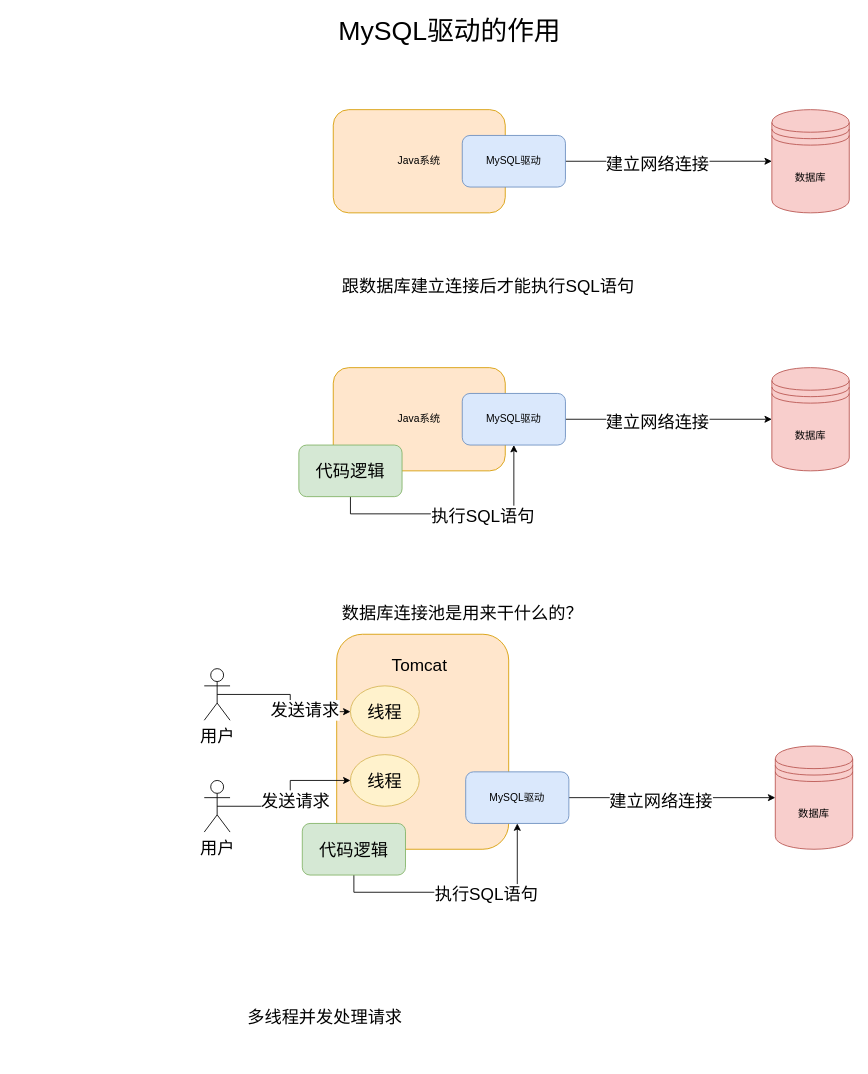
Earlier version of the draw.io diagram Untitled Diagram.drawio (ArjunMav/mysql). Source tidied: cells renumbered, new cells numbered last; positions are measured from the earlier drawing's top-left corner, leaving out a move shared by most shapes. Both pictures are drawn from the tidied source at 86%, with x=0, y=0 at pixel (204, 15).
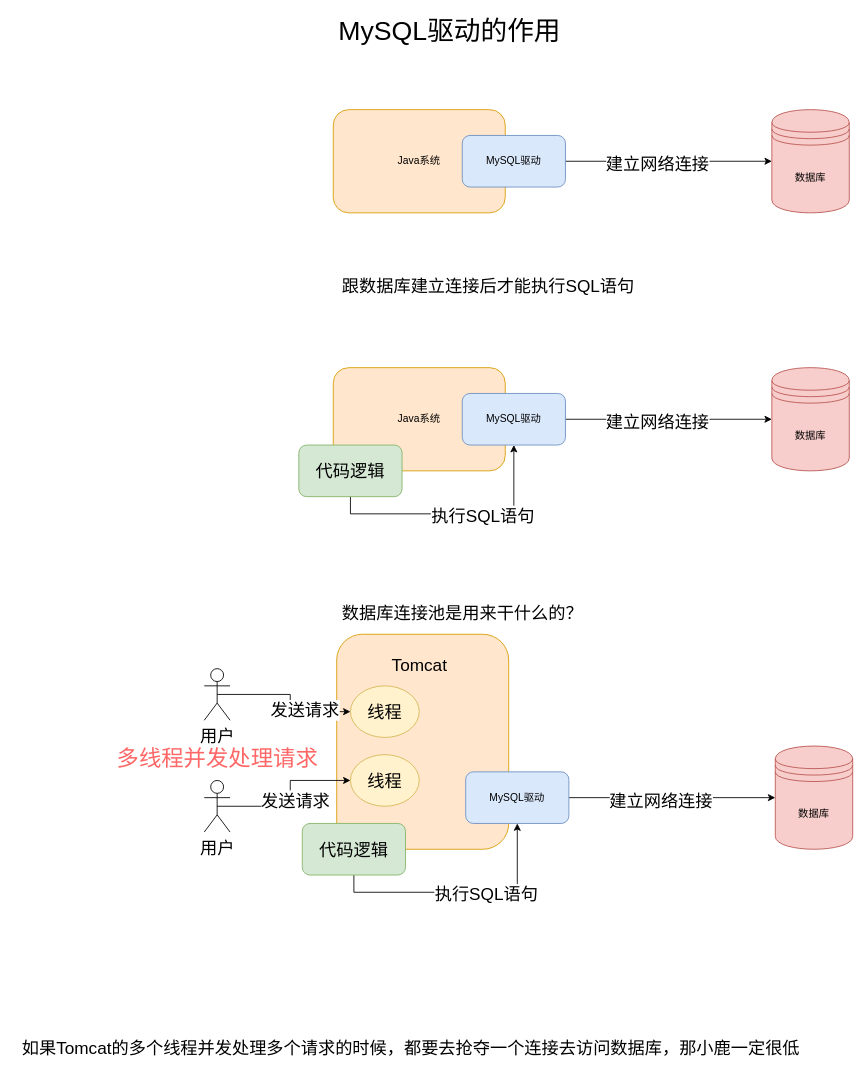
Above is the later version.

Change to the diagram source:
```diff
@@
-    <mxCell id="35" value="多线程并发处理请求" style="text;html=1;align=center;verticalAlign=middle;fillColor=none;strokeColor=none;rounded=0;fontSize=20;fontColor=none;" parent="1" vertex="1">
-      <mxGeometry x="40" y="1150" width="200" height="30" as="geometry" />
+    <mxCell id="35" value="&lt;font color=&quot;#ff6666&quot; style=&quot;font-size: 26px&quot;&gt;多线程并发处理请求&lt;/font&gt;" style="text;html=1;align=center;verticalAlign=middle;fillColor=none;strokeColor=none;rounded=0;fontSize=20;fontColor=none;" parent="1" vertex="1">
+      <mxGeometry x="-110" y="850" width="250" height="30" as="geometry" />
     </mxCell>
+    <mxCell id="36" value="&lt;div&gt;&lt;span&gt;如果Tomcat的多个线程并发处理多个请求的时候，都要去抢夺一个连接去访问数据库，那小鹿一定很低&lt;/span&gt;&lt;/div&gt;" style="text;html=1;align=center;verticalAlign=middle;fillColor=none;strokeColor=none;rounded=0;fontSize=20;fontColor=none;" parent="1" vertex="1">
+      <mxGeometry x="-220" y="1185" width="920" height="30" as="geometry" />
+    </mxCell>
```
